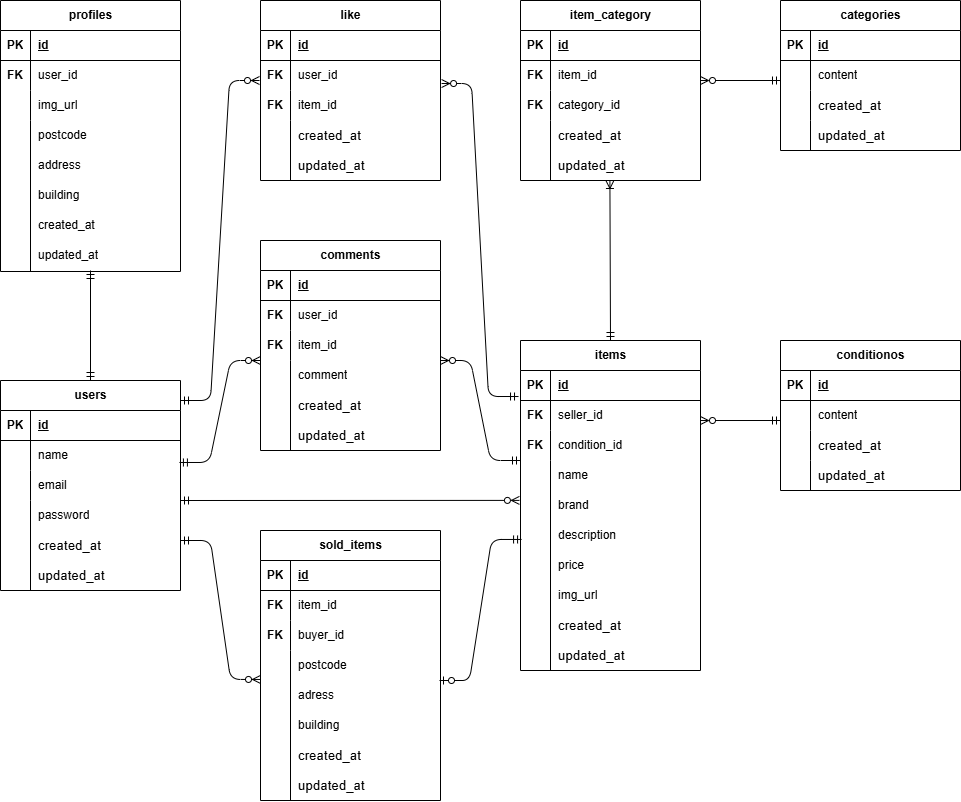
yoshi-bell/coachtech-fleamarket keeps this draw.io diagram as ER.drawio.png. Above is the earlier version. Source tidied: cells renumbered, new cells last; positions are measured from the earlier drawing's top-left corner, leaving out a move shared by most shapes.
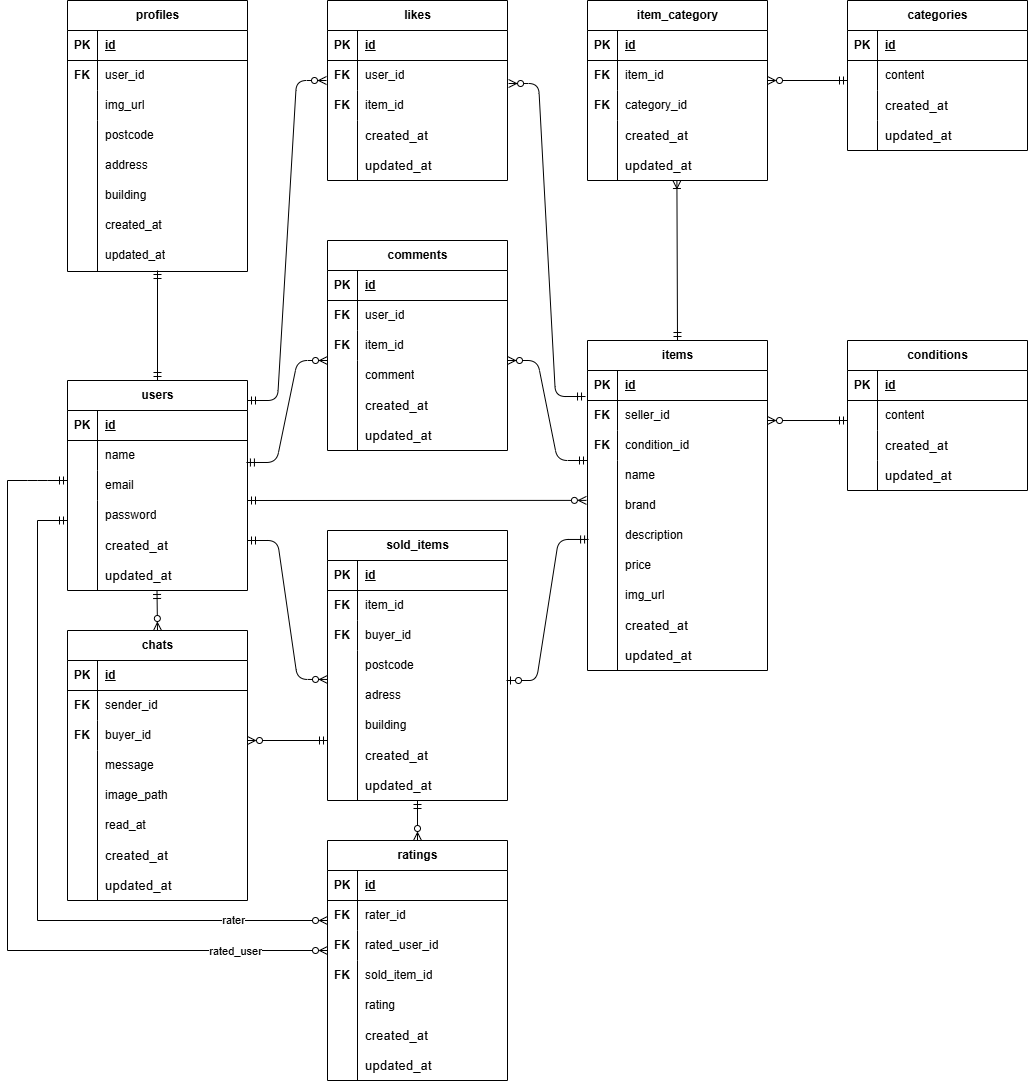
After the change.

The edit, as a diff of the source:
```diff
@@ -100,7 +100,7 @@
     <mxCell id="33" value="&lt;span style=&quot;color: rgb(0, 0, 0); font-size: 10pt; font-family: Arial;&quot;&gt;updated_at&lt;/span&gt;" style="shape=partialRectangle;fillColor=none;top=0;left=0;bottom=0;right=0;align=left;spacingLeft=6;overflow=hidden;whiteSpace=wrap;html=1;" parent="15" vertex="1">
       <mxGeometry x="30" y="180" width="150" height="30" as="geometry" />
     </mxCell>
-    <mxCell id="34" value="conditionos" style="shape=table;startSize=30;rowLines=0;fontStyle=1;align=center;html=1;" parent="1" vertex="1">
+    <mxCell id="34" value="conditions" style="shape=table;startSize=30;rowLines=0;fontStyle=1;align=center;html=1;" parent="1" vertex="1">
       <mxGeometry x="780" y="340" width="180" height="150" as="geometry" />
     </mxCell>
     <mxCell id="35" style="shape=tableRow;horizontal=0;startSize=0;swimlaneHead=0;swimlaneBody=0;fillColor=none;top=0;left=0;right=0;bottom=1;" parent="34" vertex="1">
@@ -542,7 +542,7 @@
         <mxPoint x="780" y="80" as="targetPoint" />
       </mxGeometry>
     </mxCell>
-    <mxCell id="167" value="like" style="shape=table;startSize=30;rowLines=0;fontStyle=1;align=center;html=1;" parent="1" vertex="1">
+    <mxCell id="167" value="likes" style="shape=table;startSize=30;rowLines=0;fontStyle=1;align=center;html=1;" parent="1" vertex="1">
       <mxGeometry x="260" width="180" height="180" as="geometry" />
     </mxCell>
     <mxCell id="168" style="shape=tableRow;horizontal=0;startSize=0;swimlaneHead=0;swimlaneBody=0;fillColor=none;top=0;left=0;right=0;bottom=1;" parent="167" vertex="1">
@@ -596,5 +596,187 @@
     <mxCell id="184" value="FK" style="shape=partialRectangle;fillColor=none;top=0;left=0;bottom=0;right=0;fontStyle=1;overflow=hidden;whiteSpace=wrap;html=1;" parent="1" vertex="1">
       <mxGeometry x="260" y="90" width="30" height="30" as="geometry" />
     </mxCell>
+    <mxCell id="185" value="chats" style="shape=table;startSize=30;rowLines=0;fontStyle=1;align=center;html=1;" parent="1" vertex="1">
+      <mxGeometry y="630" width="180" height="270" as="geometry" />
+    </mxCell>
+    <mxCell id="186" style="shape=tableRow;horizontal=0;startSize=0;swimlaneHead=0;swimlaneBody=0;fillColor=none;top=0;left=0;right=0;bottom=1;" parent="185" vertex="1">
+      <mxGeometry y="30" width="180" height="30" as="geometry" />
+    </mxCell>
+    <mxCell id="187" value="PK" style="shape=partialRectangle;fillColor=none;top=0;left=0;bottom=0;right=0;fontStyle=1;overflow=hidden;whiteSpace=wrap;html=1;" parent="186" vertex="1">
+      <mxGeometry width="30" height="30" as="geometry" />
+    </mxCell>
+    <mxCell id="188" value="id" style="shape=partialRectangle;fillColor=none;top=0;left=0;bottom=0;right=0;align=left;spacingLeft=6;fontStyle=5;overflow=hidden;whiteSpace=wrap;html=1;" parent="186" vertex="1">
+      <mxGeometry x="30" width="150" height="30" as="geometry" />
+    </mxCell>
+    <mxCell id="189" style="shape=tableRow;horizontal=0;startSize=0;swimlaneHead=0;swimlaneBody=0;fillColor=none;top=0;left=0;right=0;bottom=0;" parent="185" vertex="1">
+      <mxGeometry y="60" width="180" height="30" as="geometry" />
+    </mxCell>
+    <mxCell id="190" style="shape=partialRectangle;fillColor=none;top=0;left=0;bottom=0;right=0;overflow=hidden;whiteSpace=wrap;html=1;" parent="189" vertex="1">
+      <mxGeometry width="30" height="30" as="geometry" />
+    </mxCell>
+    <mxCell id="191" value="sender_id" style="shape=partialRectangle;fillColor=none;top=0;left=0;bottom=0;right=0;align=left;spacingLeft=6;overflow=hidden;whiteSpace=wrap;html=1;" parent="189" vertex="1">
+      <mxGeometry x="30" width="150" height="30" as="geometry" />
+    </mxCell>
+    <mxCell id="192" style="shape=tableRow;horizontal=0;startSize=0;swimlaneHead=0;swimlaneBody=0;fillColor=none;top=0;left=0;right=0;bottom=0;" parent="185" vertex="1">
+      <mxGeometry y="90" width="180" height="30" as="geometry" />
+    </mxCell>
+    <mxCell id="193" style="shape=partialRectangle;fillColor=none;top=0;left=0;bottom=0;right=0;overflow=hidden;whiteSpace=wrap;html=1;" parent="192" vertex="1">
+      <mxGeometry width="30" height="30" as="geometry" />
+    </mxCell>
+    <mxCell id="194" style="shape=partialRectangle;fillColor=none;top=0;left=0;bottom=0;right=0;align=left;spacingLeft=6;overflow=hidden;whiteSpace=wrap;html=1;" parent="192" vertex="1">
+      <mxGeometry x="30" width="150" height="30" as="geometry" />
+    </mxCell>
+    <mxCell id="195" style="shape=tableRow;horizontal=0;startSize=0;swimlaneHead=0;swimlaneBody=0;fillColor=none;top=0;left=0;right=0;bottom=0;" parent="185" vertex="1">
+      <mxGeometry y="120" width="180" height="150" as="geometry" />
+    </mxCell>
+    <mxCell id="196" style="shape=partialRectangle;fillColor=none;top=0;left=0;bottom=0;right=0;overflow=hidden;whiteSpace=wrap;html=1;" parent="195" vertex="1">
+      <mxGeometry width="30" height="150" as="geometry" />
+    </mxCell>
+    <mxCell id="197" style="shape=partialRectangle;fillColor=none;top=0;left=0;bottom=0;right=0;align=left;spacingLeft=6;overflow=hidden;whiteSpace=wrap;html=1;" parent="195" vertex="1">
+      <mxGeometry x="30" width="150" height="150" as="geometry" />
+    </mxCell>
+    <mxCell id="198" value="buyer_id" style="shape=partialRectangle;fillColor=none;top=0;left=0;bottom=0;right=0;align=left;spacingLeft=6;overflow=hidden;whiteSpace=wrap;html=1;" parent="1" vertex="1">
+      <mxGeometry x="30" y="720" width="150" height="30" as="geometry" />
+    </mxCell>
+    <mxCell id="199" value="&lt;span style=&quot;color: rgb(0, 0, 0); font-size: 10pt; font-family: Arial;&quot;&gt;updated_at&lt;/span&gt;" style="shape=partialRectangle;fillColor=none;top=0;left=0;bottom=0;right=0;align=left;spacingLeft=6;overflow=hidden;whiteSpace=wrap;html=1;" parent="1" vertex="1">
+      <mxGeometry x="30" y="870" width="150" height="30" as="geometry" />
+    </mxCell>
+    <mxCell id="200" value="FK" style="shape=partialRectangle;fillColor=none;top=0;left=0;bottom=0;right=0;fontStyle=1;overflow=hidden;whiteSpace=wrap;html=1;" parent="1" vertex="1">
+      <mxGeometry y="690" width="30" height="30" as="geometry" />
+    </mxCell>
+    <mxCell id="201" value="FK" style="shape=partialRectangle;fillColor=none;top=0;left=0;bottom=0;right=0;fontStyle=1;overflow=hidden;whiteSpace=wrap;html=1;" parent="1" vertex="1">
+      <mxGeometry y="720" width="30" height="30" as="geometry" />
+    </mxCell>
+    <mxCell id="202" value="message" style="shape=partialRectangle;fillColor=none;top=0;left=0;bottom=0;right=0;align=left;spacingLeft=6;overflow=hidden;whiteSpace=wrap;html=1;" parent="1" vertex="1">
+      <mxGeometry x="30" y="750" width="150" height="30" as="geometry" />
+    </mxCell>
+    <mxCell id="203" value="image_path" style="shape=partialRectangle;fillColor=none;top=0;left=0;bottom=0;right=0;align=left;spacingLeft=6;overflow=hidden;whiteSpace=wrap;html=1;" parent="1" vertex="1">
+      <mxGeometry x="30" y="780" width="150" height="30" as="geometry" />
+    </mxCell>
+    <mxCell id="204" value="read_at" style="shape=partialRectangle;fillColor=none;top=0;left=0;bottom=0;right=0;align=left;spacingLeft=6;overflow=hidden;whiteSpace=wrap;html=1;" parent="1" vertex="1">
+      <mxGeometry x="30" y="810" width="150" height="30" as="geometry" />
+    </mxCell>
+    <mxCell id="205" value="&lt;span style=&quot;color: rgb(0, 0, 0); font-size: 10pt; font-family: Arial;&quot;&gt;created_at&lt;/span&gt;" style="shape=partialRectangle;fillColor=none;top=0;left=0;bottom=0;right=0;align=left;spacingLeft=6;overflow=hidden;whiteSpace=wrap;html=1;" parent="1" vertex="1">
+      <mxGeometry x="30" y="840" width="150" height="30" as="geometry" />
+    </mxCell>
+    <mxCell id="206" value="ratings" style="shape=table;startSize=30;rowLines=0;fontStyle=1;align=center;html=1;" parent="1" vertex="1">
+      <mxGeometry x="260" y="840" width="180" height="240" as="geometry" />
+    </mxCell>
+    <mxCell id="207" style="shape=tableRow;horizontal=0;startSize=0;swimlaneHead=0;swimlaneBody=0;fillColor=none;top=0;left=0;right=0;bottom=1;" parent="206" vertex="1">
+      <mxGeometry y="30" width="180" height="30" as="geometry" />
+    </mxCell>
+    <mxCell id="208" value="PK" style="shape=partialRectangle;fillColor=none;top=0;left=0;bottom=0;right=0;fontStyle=1;overflow=hidden;whiteSpace=wrap;html=1;" parent="207" vertex="1">
+      <mxGeometry width="30" height="30" as="geometry" />
+    </mxCell>
+    <mxCell id="209" value="id" style="shape=partialRectangle;fillColor=none;top=0;left=0;bottom=0;right=0;align=left;spacingLeft=6;fontStyle=5;overflow=hidden;whiteSpace=wrap;html=1;" parent="207" vertex="1">
+      <mxGeometry x="30" width="150" height="30" as="geometry" />
+    </mxCell>
+    <mxCell id="210" style="shape=tableRow;horizontal=0;startSize=0;swimlaneHead=0;swimlaneBody=0;fillColor=none;top=0;left=0;right=0;bottom=0;" parent="206" vertex="1">
+      <mxGeometry y="60" width="180" height="30" as="geometry" />
+    </mxCell>
+    <mxCell id="211" style="shape=partialRectangle;fillColor=none;top=0;left=0;bottom=0;right=0;overflow=hidden;whiteSpace=wrap;html=1;" parent="210" vertex="1">
+      <mxGeometry width="30" height="30" as="geometry" />
+    </mxCell>
+    <mxCell id="212" value="rater_id" style="shape=partialRectangle;fillColor=none;top=0;left=0;bottom=0;right=0;align=left;spacingLeft=6;overflow=hidden;whiteSpace=wrap;html=1;" parent="210" vertex="1">
+      <mxGeometry x="30" width="150" height="30" as="geometry" />
+    </mxCell>
+    <mxCell id="213" style="shape=tableRow;horizontal=0;startSize=0;swimlaneHead=0;swimlaneBody=0;fillColor=none;top=0;left=0;right=0;bottom=0;" parent="206" vertex="1">
+      <mxGeometry y="90" width="180" height="30" as="geometry" />
+    </mxCell>
+    <mxCell id="214" style="shape=partialRectangle;fillColor=none;top=0;left=0;bottom=0;right=0;overflow=hidden;whiteSpace=wrap;html=1;" parent="213" vertex="1">
+      <mxGeometry width="30" height="30" as="geometry" />
+    </mxCell>
+    <mxCell id="215" style="shape=partialRectangle;fillColor=none;top=0;left=0;bottom=0;right=0;align=left;spacingLeft=6;overflow=hidden;whiteSpace=wrap;html=1;" parent="213" vertex="1">
+      <mxGeometry x="30" width="150" height="30" as="geometry" />
+    </mxCell>
+    <mxCell id="216" style="shape=tableRow;horizontal=0;startSize=0;swimlaneHead=0;swimlaneBody=0;fillColor=none;top=0;left=0;right=0;bottom=0;" parent="206" vertex="1">
+      <mxGeometry y="120" width="180" height="120" as="geometry" />
+    </mxCell>
+    <mxCell id="217" style="shape=partialRectangle;fillColor=none;top=0;left=0;bottom=0;right=0;overflow=hidden;whiteSpace=wrap;html=1;" parent="216" vertex="1">
+      <mxGeometry width="30" height="120" as="geometry" />
+    </mxCell>
+    <mxCell id="218" style="shape=partialRectangle;fillColor=none;top=0;left=0;bottom=0;right=0;align=left;spacingLeft=6;overflow=hidden;whiteSpace=wrap;html=1;" parent="216" vertex="1">
+      <mxGeometry x="30" width="150" height="120" as="geometry" />
+    </mxCell>
+    <mxCell id="219" value="rated_user_id" style="shape=partialRectangle;fillColor=none;top=0;left=0;bottom=0;right=0;align=left;spacingLeft=6;overflow=hidden;whiteSpace=wrap;html=1;" parent="1" vertex="1">
+      <mxGeometry x="290" y="930" width="150" height="30" as="geometry" />
+    </mxCell>
+    <mxCell id="220" value="&lt;span style=&quot;color: rgb(0, 0, 0); font-size: 10pt; font-family: Arial;&quot;&gt;updated_at&lt;/span&gt;" style="shape=partialRectangle;fillColor=none;top=0;left=0;bottom=0;right=0;align=left;spacingLeft=6;overflow=hidden;whiteSpace=wrap;html=1;" parent="1" vertex="1">
+      <mxGeometry x="290" y="1050" width="150" height="30" as="geometry" />
+    </mxCell>
+    <mxCell id="221" value="FK" style="shape=partialRectangle;fillColor=none;top=0;left=0;bottom=0;right=0;fontStyle=1;overflow=hidden;whiteSpace=wrap;html=1;" parent="1" vertex="1">
+      <mxGeometry x="260" y="900" width="30" height="30" as="geometry" />
+    </mxCell>
+    <mxCell id="222" value="FK" style="shape=partialRectangle;fillColor=none;top=0;left=0;bottom=0;right=0;fontStyle=1;overflow=hidden;whiteSpace=wrap;html=1;" parent="1" vertex="1">
+      <mxGeometry x="260" y="930" width="30" height="30" as="geometry" />
+    </mxCell>
+    <mxCell id="223" value="sold_item_id" style="shape=partialRectangle;fillColor=none;top=0;left=0;bottom=0;right=0;align=left;spacingLeft=6;overflow=hidden;whiteSpace=wrap;html=1;" parent="1" vertex="1">
+      <mxGeometry x="290" y="960" width="150" height="30" as="geometry" />
+    </mxCell>
+    <mxCell id="224" value="rating" style="shape=partialRectangle;fillColor=none;top=0;left=0;bottom=0;right=0;align=left;spacingLeft=6;overflow=hidden;whiteSpace=wrap;html=1;" parent="1" vertex="1">
+      <mxGeometry x="290" y="990" width="150" height="30" as="geometry" />
+    </mxCell>
+    <mxCell id="225" value="&lt;span style=&quot;color: rgb(0, 0, 0); font-size: 10pt; font-family: Arial;&quot;&gt;created_at&lt;/span&gt;" style="shape=partialRectangle;fillColor=none;top=0;left=0;bottom=0;right=0;align=left;spacingLeft=6;overflow=hidden;whiteSpace=wrap;html=1;" parent="1" vertex="1">
+      <mxGeometry x="290" y="1020" width="150" height="30" as="geometry" />
+    </mxCell>
+    <mxCell id="226" value="FK" style="shape=partialRectangle;fillColor=none;top=0;left=0;bottom=0;right=0;fontStyle=1;overflow=hidden;whiteSpace=wrap;html=1;" parent="1" vertex="1">
+      <mxGeometry x="260" y="960" width="30" height="30" as="geometry" />
+    </mxCell>
+    <mxCell id="227" style="html=1;rounded=0;curved=0;targetPerimeterSpacing=0;endArrow=ERmandOne;endFill=0;startArrow=ERzeroToMany;startFill=0;exitX=0.5;exitY=0;exitDx=0;exitDy=0;" parent="1" edge="1" source="185">
+      <mxGeometry relative="1" as="geometry">
+        <mxPoint x="89.5" y="590" as="targetPoint" />
+      </mxGeometry>
+    </mxCell>
+    <mxCell id="228" style="endArrow=ERmandOne;html=1;rounded=0;exitX=1;exitY=0.667;exitDx=0;exitDy=0;exitPerimeter=0;startArrow=ERzeroToMany;startFill=0;endFill=0;" parent="1" edge="1">
+      <mxGeometry relative="1" as="geometry">
+        <mxPoint x="180" y="740" as="sourcePoint" />
+        <mxPoint x="260" y="740" as="targetPoint" />
+      </mxGeometry>
+    </mxCell>
+    <mxCell id="229" style="html=1;rounded=0;curved=0;targetPerimeterSpacing=0;endArrow=ERmandOne;endFill=0;startArrow=ERzeroToMany;startFill=0;" parent="1" edge="1">
+      <mxGeometry relative="1" as="geometry">
+        <mxPoint x="350" y="840" as="sourcePoint" />
+        <mxPoint x="350" y="800" as="targetPoint" />
+      </mxGeometry>
+    </mxCell>
+    <mxCell id="230" style="endArrow=ERzeroToMany;html=1;rounded=0;startArrow=none;startFill=0;endFill=0;" parent="1" edge="1">
+      <mxGeometry relative="1" as="geometry">
+        <mxPoint x="-60" y="480" as="sourcePoint" />
+        <mxPoint x="260" y="950" as="targetPoint" />
+        <Array as="points">
+          <mxPoint x="-60" y="950" />
+        </Array>
+      </mxGeometry>
+    </mxCell>
+    <mxCell id="231" value="rated_user" style="edgeLabel;html=1;align=center;verticalAlign=middle;" parent="230" vertex="1">
+      <mxGeometry x="0.77" y="-1" relative="1" as="geometry" />
+    </mxCell>
+    <mxCell id="232" style="edgeStyle=entityRelationEdgeStyle;fontSize=12;html=1;endArrow=ERmandOne;endFill=0;" parent="1" edge="1">
+      <mxGeometry relative="1" as="geometry">
+        <mxPoint x="-60" y="480" as="sourcePoint" />
+        <mxPoint y="480" as="targetPoint" />
+      </mxGeometry>
+    </mxCell>
+    <mxCell id="233" style="endArrow=ERzeroToMany;html=1;rounded=0;startArrow=none;startFill=0;endFill=0;" parent="1" edge="1">
+      <mxGeometry relative="1" as="geometry">
+        <mxPoint x="-30" y="520" as="sourcePoint" />
+        <mxPoint x="260" y="920" as="targetPoint" />
+        <Array as="points">
+          <mxPoint x="-30" y="920" />
+        </Array>
+      </mxGeometry>
+    </mxCell>
+    <mxCell id="234" value="rater" style="edgeLabel;html=1;align=center;verticalAlign=middle;" parent="233" vertex="1">
+      <mxGeometry x="0.73" relative="1" as="geometry" />
+    </mxCell>
+    <mxCell id="235" style="edgeStyle=entityRelationEdgeStyle;fontSize=12;html=1;endArrow=ERmandOne;endFill=0;" parent="1" edge="1">
+      <mxGeometry relative="1" as="geometry">
+        <mxPoint x="-30" y="520" as="sourcePoint" />
+        <mxPoint y="520" as="targetPoint" />
+        <Array as="points">
+          <mxPoint x="-30" y="550" />
+        </Array>
+      </mxGeometry>
+    </mxCell>
   </root>
 </mxGraphModel>
```
